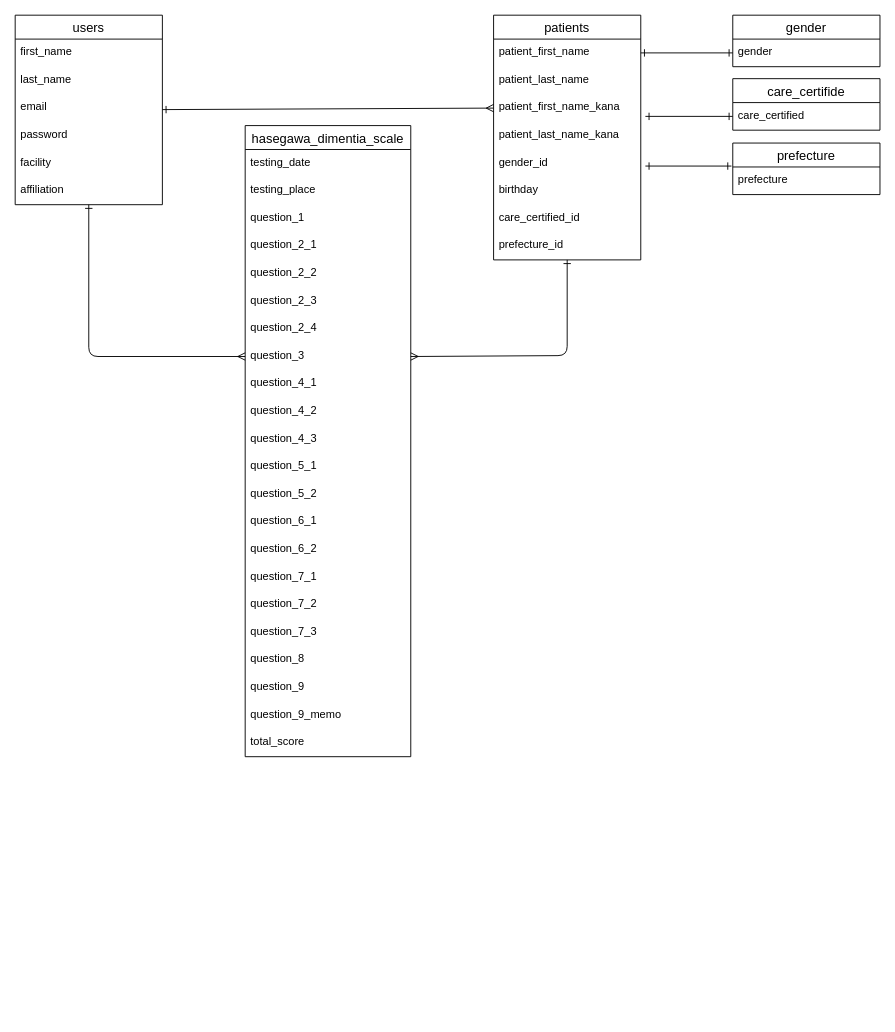
Before: ER_life_function_app.dio in YukihitoTomojiri/life_function_app, a draw.io diagram. Source tidied: cells renumbered, new cells numbered last; positions are measured from the earlier drawing's top-left corner, leaving out a move shared by most shapes. Both pictures are drawn from the tidied source at 92%, with x=0, y=0 at pixel (15, 15).
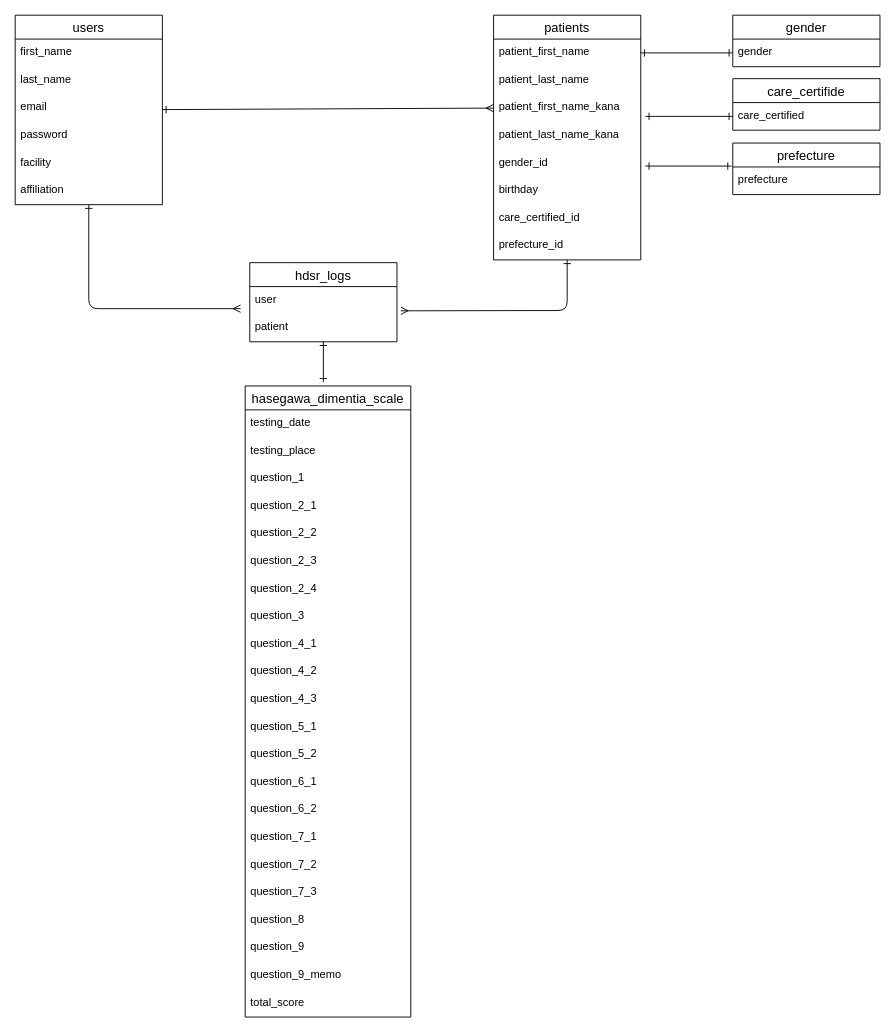
Above is the later version.

The change refers to these unchanged cells:
```xml
<mxCell id="3" value="patients" style="swimlane;fontStyle=0;horizontal=1;startSize=26;align=center;fontSize=14;" parent="1" vertex="1">
  <mxGeometry x="520" width="160" height="266" as="geometry" />
</mxCell>
<mxCell id="14" value="users" style="swimlane;fontStyle=0;horizontal=1;startSize=26;align=center;fontSize=14;" parent="1" vertex="1">
  <mxGeometry width="160" height="206" as="geometry" />
</mxCell>
<mxCell id="29" value="question_3" style="text;strokeColor=none;fillColor=none;spacingLeft=4;spacingRight=4;overflow=hidden;points=[[0,0.5],[1,0.5]];portConstraint=eastwest;fontSize=12;" parent="21" vertex="1">
  <mxGeometry y="236" width="180" height="30" as="geometry" />
</mxCell>
```

What changed in the source:
```diff
@@
-    <mxCell id="2" style="edgeStyle=none;html=1;entryX=1;entryY=0.5;entryDx=0;entryDy=0;startArrow=ERone;startFill=0;endArrow=ERmany;endFill=0;" parent="1" edge="1" source="3" target="29">
+    <mxCell id="2" style="edgeStyle=none;html=1;entryX=1.026;entryY=-0.122;entryDx=0;entryDy=0;startArrow=ERone;startFill=0;endArrow=ERmany;endFill=0;entryPerimeter=0;" parent="1" edge="1" source="3" target="56">
       <mxGeometry relative="1" as="geometry">
         <Array as="points">
-          <mxPoint x="600" y="370" />
+          <mxPoint x="600" y="321" />
         </Array>
       </mxGeometry>
     </mxCell>
@@
-    <mxCell id="13" style="edgeStyle=none;html=1;entryX=0;entryY=0.5;entryDx=0;entryDy=0;startArrow=ERone;startFill=0;endArrow=ERmany;endFill=0;" parent="1" edge="1" source="14" target="29">
+    <mxCell id="13" style="edgeStyle=none;html=1;startArrow=ERone;startFill=0;endArrow=ERmany;endFill=0;" parent="1" edge="1" source="14">
       <mxGeometry relative="1" as="geometry">
+        <mxPoint x="245" y="319" as="targetPoint" />
         <Array as="points">
-          <mxPoint x="80" y="371" />
+          <mxPoint x="80" y="319" />
         </Array>
       </mxGeometry>
     </mxCell>
@@
     <mxCell id="21" value="hasegawa_dimentia_scale" style="swimlane;fontStyle=0;horizontal=1;startSize=26;align=center;fontSize=14;" parent="1" vertex="1">
-      <mxGeometry x="250" y="120" width="180" height="686" as="geometry" />
+      <mxGeometry x="250" y="403" width="180" height="686" as="geometry" />
     </mxCell>
@@
+    <mxCell id="53" style="edgeStyle=none;html=1;endArrow=ERone;endFill=0;startArrow=ERone;startFill=0;" parent="1" edge="1" source="54">
+      <mxGeometry relative="1" as="geometry">
+        <mxPoint x="335" y="399" as="targetPoint" />
+      </mxGeometry>
+    </mxCell>
+    <mxCell id="54" value="hdsr_logs" style="swimlane;fontStyle=0;horizontal=1;startSize=26;align=center;fontSize=14;" parent="1" vertex="1">
+      <mxGeometry x="255" y="269" width="160" height="86" as="geometry" />
+    </mxCell>
+    <mxCell id="55" value="user" style="text;strokeColor=none;fillColor=none;spacingLeft=4;spacingRight=4;overflow=hidden;fontSize=12;" parent="54" vertex="1">
+      <mxGeometry y="26" width="160" height="30" as="geometry" />
+    </mxCell>
+    <mxCell id="56" value="patient" style="text;strokeColor=none;fillColor=none;spacingLeft=4;spacingRight=4;overflow=hidden;points=[[0,0.5],[1,0.5]];portConstraint=eastwest;fontSize=12;" parent="54" vertex="1">
+      <mxGeometry y="56" width="160" height="30" as="geometry" />
+    </mxCell>
```
